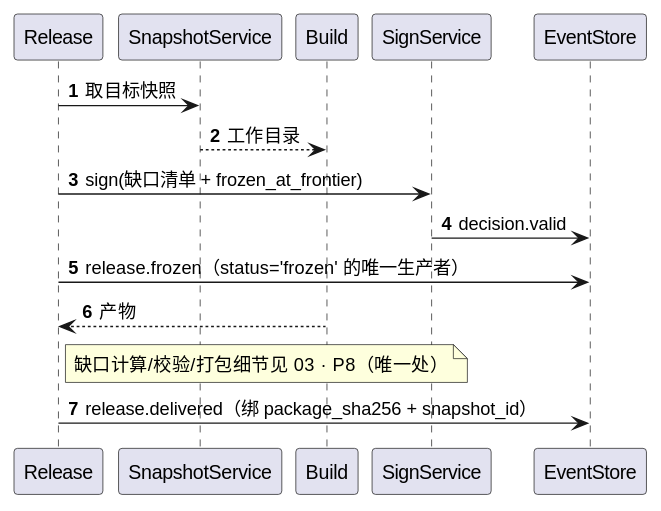
raitpor/dsh-software-dev-office keeps this PlantUML diagram as design/diagrams/uml-seq-release.svg. Above is the earlier version.
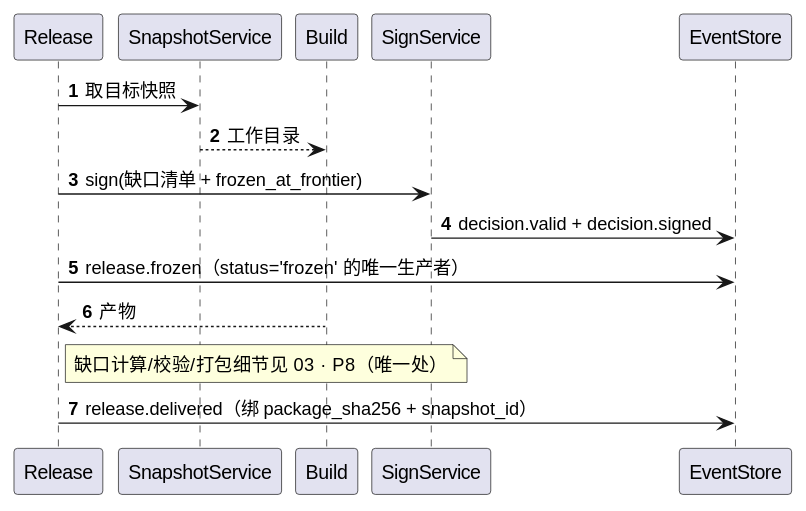
The same diagram one commit later.

What changed in the source:
```diff
@@ -9,7 +9,7 @@
 R -> S : 取目标快照
 S --> B : 工作目录
 R -> Sig : sign(缺口清单 + frozen_at_frontier)
-Sig -> E : decision.valid
+Sig -> E : decision.valid + decision.signed
 R -> E : release.frozen（status='frozen' 的唯一生产者）
 B --> R : 产物
 note right of R : 缺口计算/校验/打包细节见 03 · P8（唯一处）
```
